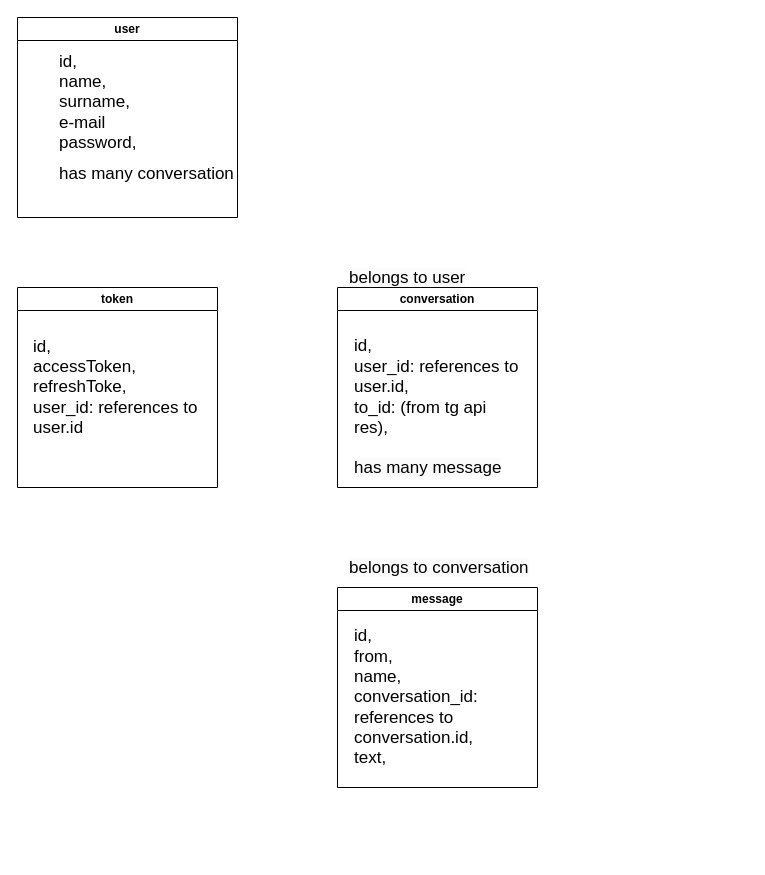
This is Models/Диаграмма без названия.drawio from Fasssni/qrtr-back, a draw.io file, before an edit. Source tidied: cells renumbered, new cells numbered last; positions are measured from the earlier drawing's top-left corner, leaving out a move shared by most shapes. Both pictures are drawn from the tidied source at 100%, with x=0, y=0 at pixel (17, 17).
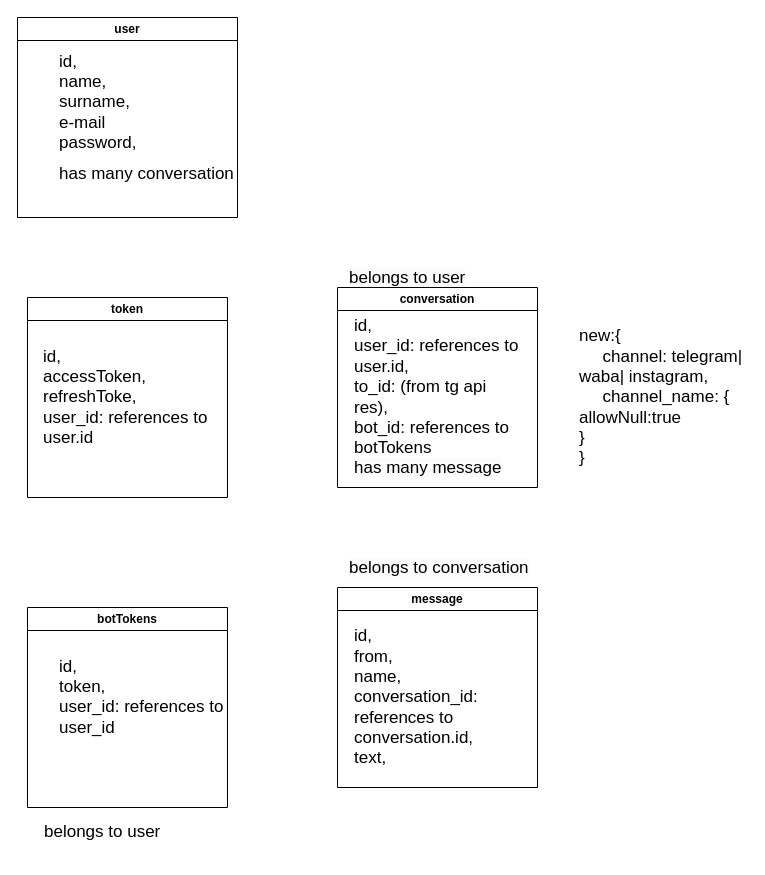
After the change.

What changed in the source:
```diff
@@
 <mxGraphModel>
   <root>
     <mxCell id="0" />
     <mxCell id="1" parent="0" />
     <mxCell id="2" value="user" style="swimlane;whiteSpace=wrap;html=1;" parent="1" vertex="1">
       <mxGeometry width="220" height="200" as="geometry" />
     </mxCell>
     <mxCell id="3" value="&lt;div style=&quot;font-size: 17px;&quot;&gt;&lt;span style=&quot;background-color: initial;&quot;&gt;&lt;font style=&quot;font-size: 17px;&quot;&gt;id,&lt;/font&gt;&lt;/span&gt;&lt;/div&gt;&lt;div style=&quot;font-size: 17px;&quot;&gt;&lt;span style=&quot;background-color: initial;&quot;&gt;&lt;font style=&quot;font-size: 17px;&quot;&gt;name,&lt;/font&gt;&lt;/span&gt;&lt;/div&gt;&lt;div style=&quot;font-size: 17px;&quot;&gt;&lt;span style=&quot;background-color: initial;&quot;&gt;&lt;font style=&quot;font-size: 17px;&quot;&gt;surname,&lt;/font&gt;&lt;/span&gt;&lt;/div&gt;&lt;div style=&quot;font-size: 17px;&quot;&gt;&lt;span style=&quot;background-color: initial;&quot;&gt;&lt;font style=&quot;font-size: 17px;&quot;&gt;e-mail&lt;/font&gt;&lt;/span&gt;&lt;/div&gt;&lt;div style=&quot;font-size: 17px;&quot;&gt;&lt;span style=&quot;background-color: initial;&quot;&gt;&lt;font style=&quot;font-size: 17px;&quot;&gt;password,&lt;/font&gt;&lt;/span&gt;&lt;/div&gt;" style="text;strokeColor=none;align=left;fillColor=none;html=1;verticalAlign=middle;whiteSpace=wrap;rounded=0;" parent="2" vertex="1">
       <mxGeometry x="40" y="60" width="60" height="50" as="geometry" />
     </mxCell>
     <mxCell id="4" value="&lt;span style=&quot;font-size: 17px;&quot;&gt;has many conversation&lt;/span&gt;" style="text;whiteSpace=wrap;html=1;" parent="2" vertex="1">
       <mxGeometry x="40" y="140" width="200" height="40" as="geometry" />
     </mxCell>
-    <mxCell id="5" value="token" style="swimlane;whiteSpace=wrap;html=1;startSize=23;" parent="1" vertex="1">
-      <mxGeometry y="270" width="200" height="200" as="geometry" />
+    <mxCell id="5" value="botTokens" style="swimlane;whiteSpace=wrap;html=1;startSize=23;" parent="1" vertex="1">
+      <mxGeometry x="10" y="590" width="200" height="200" as="geometry" />
     </mxCell>
-    <mxCell id="6" value="&lt;div style=&quot;font-size: 17px;&quot;&gt;&lt;span style=&quot;background-color: initial;&quot;&gt;&lt;font style=&quot;font-size: 17px;&quot;&gt;id,&lt;/font&gt;&lt;/span&gt;&lt;/div&gt;&lt;div style=&quot;font-size: 17px;&quot;&gt;accessToken,&amp;nbsp;&lt;br&gt;refreshToke,&lt;/div&gt;&lt;div style=&quot;font-size: 17px;&quot;&gt;&lt;span style=&quot;background-color: initial;&quot;&gt;&lt;font style=&quot;font-size: 17px;&quot;&gt;user_id: references to user.id&lt;/font&gt;&lt;/span&gt;&lt;/div&gt;" style="text;strokeColor=none;align=left;fillColor=none;html=1;verticalAlign=middle;whiteSpace=wrap;rounded=0;" parent="5" vertex="1">
-      <mxGeometry x="14" y="75" width="170" height="50" as="geometry" />
+    <mxCell id="6" value="&lt;div style=&quot;font-size: 17px;&quot;&gt;&lt;span style=&quot;background-color: initial;&quot;&gt;&lt;font style=&quot;font-size: 17px;&quot;&gt;id,&lt;/font&gt;&lt;/span&gt;&lt;/div&gt;&lt;div style=&quot;font-size: 17px;&quot;&gt;token,&amp;nbsp;&lt;/div&gt;&lt;div style=&quot;font-size: 17px;&quot;&gt;user_id: references to user_id&lt;/div&gt;&lt;div style=&quot;font-size: 17px;&quot;&gt;&lt;br&gt;&lt;/div&gt;" style="text;strokeColor=none;align=left;fillColor=none;html=1;verticalAlign=middle;whiteSpace=wrap;rounded=0;" parent="5" vertex="1">
+      <mxGeometry x="30" y="75" width="170" height="50" as="geometry" />
     </mxCell>
     <mxCell id="7" value="conversation" style="swimlane;whiteSpace=wrap;html=1;startSize=23;" parent="1" vertex="1">
       <mxGeometry x="320" y="270" width="200" height="200" as="geometry" />
     </mxCell>
-    <mxCell id="8" value="&lt;div style=&quot;font-size: 17px;&quot;&gt;&lt;span style=&quot;background-color: initial;&quot;&gt;&lt;font style=&quot;font-size: 17px;&quot;&gt;id,&lt;/font&gt;&lt;/span&gt;&lt;/div&gt;&lt;div style=&quot;font-size: 17px;&quot;&gt;user_id: references to user.id,&amp;nbsp;&lt;/div&gt;&lt;div style=&quot;font-size: 17px;&quot;&gt;to_id: (from tg api res),&lt;br&gt;&lt;br&gt;&lt;/div&gt;" style="text;strokeColor=none;align=left;fillColor=none;html=1;verticalAlign=middle;whiteSpace=wrap;rounded=0;" parent="7" vertex="1">
+    <mxCell id="8" value="&lt;div style=&quot;font-size: 17px;&quot;&gt;&lt;span style=&quot;background-color: initial;&quot;&gt;&lt;font style=&quot;font-size: 17px;&quot;&gt;id,&lt;/font&gt;&lt;/span&gt;&lt;/div&gt;&lt;div style=&quot;font-size: 17px;&quot;&gt;user_id: references to user.id,&amp;nbsp;&lt;/div&gt;&lt;div style=&quot;font-size: 17px;&quot;&gt;to_id: (from tg api res),&lt;br&gt;bot_id: references to botTokens&lt;br&gt;&lt;br&gt;&lt;/div&gt;" style="text;strokeColor=none;align=left;fillColor=none;html=1;verticalAlign=middle;whiteSpace=wrap;rounded=0;" parent="7" vertex="1">
       <mxGeometry x="15" y="85" width="170" height="50" as="geometry" />
     </mxCell>
     <mxCell id="9" value="&lt;br&gt;&lt;span style=&quot;color: rgb(0, 0, 0); font-family: Helvetica; font-size: 17px; font-style: normal; font-variant-ligatures: normal; font-variant-caps: normal; font-weight: 400; letter-spacing: normal; orphans: 2; text-align: left; text-indent: 0px; text-transform: none; widows: 2; word-spacing: 0px; -webkit-text-stroke-width: 0px; background-color: rgb(251, 251, 251); text-decoration-thickness: initial; text-decoration-style: initial; text-decoration-color: initial; float: none; display: inline !important;&quot;&gt;has many message&lt;/span&gt;" style="text;whiteSpace=wrap;html=1;" parent="7" vertex="1">
       <mxGeometry x="15" y="150" width="200" height="40" as="geometry" />
     </mxCell>
     <mxCell id="10" value="&#10;&lt;span style=&quot;color: rgb(0, 0, 0); font-family: Helvetica; font-size: 17px; font-style: normal; font-variant-ligatures: normal; font-variant-caps: normal; font-weight: 400; letter-spacing: normal; orphans: 2; text-align: left; text-indent: 0px; text-transform: none; widows: 2; word-spacing: 0px; -webkit-text-stroke-width: 0px; background-color: rgb(251, 251, 251); text-decoration-thickness: initial; text-decoration-style: initial; text-decoration-color: initial; float: none; display: inline !important;&quot;&gt;belongs to user&lt;/span&gt;&#10;&#10;" style="text;whiteSpace=wrap;html=1;" parent="1" vertex="1">
       <mxGeometry x="330" y="230" width="200" height="40" as="geometry" />
     </mxCell>
     <mxCell id="11" value="message" style="swimlane;whiteSpace=wrap;html=1;startSize=23;" parent="1" vertex="1">
       <mxGeometry x="320" y="570" width="200" height="200" as="geometry" />
     </mxCell>
     <mxCell id="12" value="&lt;div style=&quot;font-size: 17px;&quot;&gt;&lt;span style=&quot;background-color: initial;&quot;&gt;&lt;font style=&quot;font-size: 17px;&quot;&gt;id,&lt;/font&gt;&lt;/span&gt;&lt;/div&gt;&lt;div style=&quot;font-size: 17px;&quot;&gt;from,&lt;br&gt;name,&lt;br&gt;conversation_id: references to conversation.id,&lt;br&gt;text,&amp;nbsp;&lt;/div&gt;" style="text;strokeColor=none;align=left;fillColor=none;html=1;verticalAlign=middle;whiteSpace=wrap;rounded=0;" parent="11" vertex="1">
       <mxGeometry x="15" y="85" width="170" height="50" as="geometry" />
     </mxCell>
     <mxCell id="13" value="&lt;br&gt;&lt;span style=&quot;color: rgb(0, 0, 0); font-family: Helvetica; font-size: 17px; font-style: normal; font-variant-ligatures: normal; font-variant-caps: normal; font-weight: 400; letter-spacing: normal; orphans: 2; text-align: left; text-indent: 0px; text-transform: none; widows: 2; word-spacing: 0px; -webkit-text-stroke-width: 0px; background-color: rgb(251, 251, 251); text-decoration-thickness: initial; text-decoration-style: initial; text-decoration-color: initial; float: none; display: inline !important;&quot;&gt;belongs to conversation&lt;/span&gt;&lt;br&gt;" style="text;whiteSpace=wrap;html=1;" parent="1" vertex="1">
       <mxGeometry x="330" y="520" width="200" height="40" as="geometry" />
     </mxCell>
+    <mxCell id="14" value="token" style="swimlane;whiteSpace=wrap;html=1;startSize=23;" parent="1" vertex="1">
+      <mxGeometry x="10" y="280" width="200" height="200" as="geometry" />
+    </mxCell>
+    <mxCell id="15" value="&lt;div style=&quot;font-size: 17px;&quot;&gt;&lt;span style=&quot;background-color: initial;&quot;&gt;&lt;font style=&quot;font-size: 17px;&quot;&gt;id,&lt;/font&gt;&lt;/span&gt;&lt;/div&gt;&lt;div style=&quot;font-size: 17px;&quot;&gt;accessToken,&amp;nbsp;&lt;br&gt;refreshToke,&lt;/div&gt;&lt;div style=&quot;font-size: 17px;&quot;&gt;&lt;span style=&quot;background-color: initial;&quot;&gt;&lt;font style=&quot;font-size: 17px;&quot;&gt;user_id: references to user.id&lt;/font&gt;&lt;/span&gt;&lt;/div&gt;" style="text;strokeColor=none;align=left;fillColor=none;html=1;verticalAlign=middle;whiteSpace=wrap;rounded=0;" parent="14" vertex="1">
+      <mxGeometry x="14" y="75" width="170" height="50" as="geometry" />
+    </mxCell>
+    <mxCell id="16" value="&lt;div style=&quot;font-size: 17px;&quot;&gt;belongs to user&lt;/div&gt;" style="text;strokeColor=none;align=left;fillColor=none;html=1;verticalAlign=middle;whiteSpace=wrap;rounded=0;" parent="1" vertex="1">
+      <mxGeometry x="25" y="790" width="170" height="50" as="geometry" />
+    </mxCell>
+    <mxCell id="17" value="&lt;div style=&quot;font-size: 17px;&quot;&gt;new:{&amp;nbsp;&lt;br&gt;&amp;nbsp; &amp;nbsp; &amp;nbsp;channel: telegram| waba| instagram,&lt;/div&gt;&lt;div style=&quot;font-size: 17px;&quot;&gt;&amp;nbsp; &amp;nbsp; &amp;nbsp;channel_name: {&lt;br&gt;allowNull:true&lt;br&gt;}&amp;nbsp; &amp;nbsp;&lt;br&gt;}&lt;/div&gt;" style="text;strokeColor=none;align=left;fillColor=none;html=1;verticalAlign=middle;whiteSpace=wrap;rounded=0;" parent="1" vertex="1">
+      <mxGeometry x="560" y="352.5" width="170" height="55" as="geometry" />
+    </mxCell>
   </root>
 </mxGraphModel>
```
